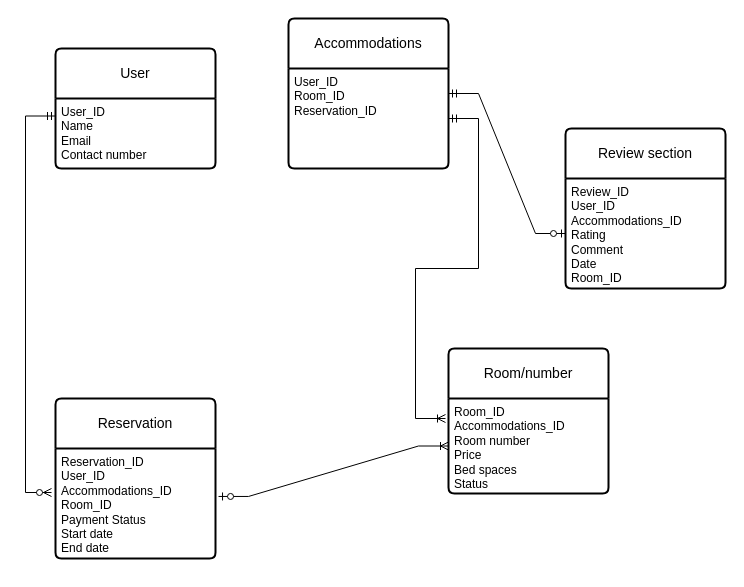
M1RVKL/MavpoLabs keeps this draw.io diagram as Crow`sFoot.drawio. Above is the earlier version. Source tidied: cells renumbered, new cells numbered last; positions are measured from the earlier drawing's top-left corner, leaving out a move shared by most shapes. Both pictures are drawn from the tidied source at 100%, with x=0, y=0 at pixel (25, 18).
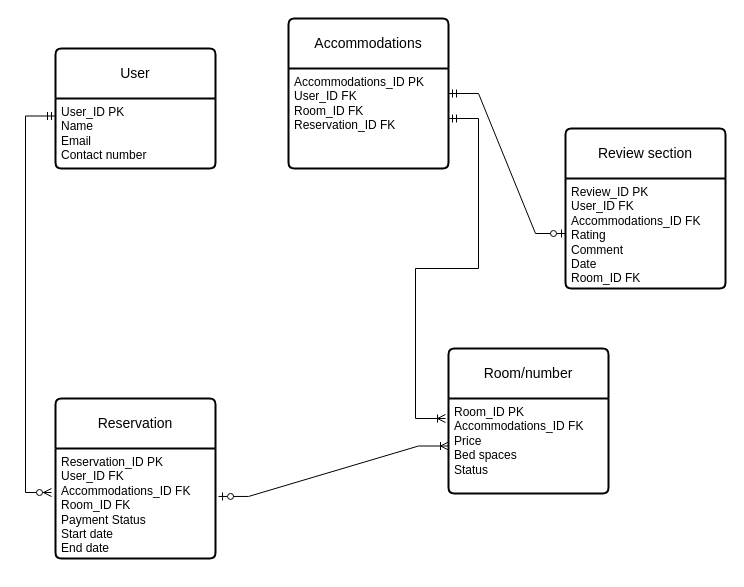
Above is the later version.

Commit message:
Crow`sFootv3(PK and FK markings).drawio

Diff of the diagram source:
```diff
@@
 <mxGraphModel>
   <root>
     <mxCell id="0" />
     <mxCell id="1" parent="0" />
     <mxCell id="2" value="Room/number" style="swimlane;horizontal=1;startSize=50;rounded=1;fontSize=14;fontStyle=0;strokeWidth=2;shadow=0;dashed=0;align=center;arcSize=4;whiteSpace=wrap;html=1;" parent="1" vertex="1">
       <mxGeometry x="423" y="330" width="160" height="145" as="geometry" />
     </mxCell>
-    <mxCell id="3" value="Room_ID&lt;br&gt;Accommodations_ID&lt;br&gt;Room number&lt;div&gt;Price&lt;/div&gt;&lt;div&gt;Bed spaces&lt;br&gt;Status&lt;/div&gt;" style="align=left;strokeColor=none;fillColor=none;spacingLeft=4;spacingRight=4;fontSize=12;verticalAlign=top;html=1;whiteSpace=wrap;" parent="2" vertex="1">
+    <mxCell id="3" value="Room_ID PK&lt;br&gt;Accommodations_ID FK&lt;br&gt;&lt;div&gt;Price&lt;/div&gt;&lt;div&gt;Bed spaces&lt;br&gt;Status&lt;/div&gt;" style="align=left;strokeColor=none;fillColor=none;spacingLeft=4;spacingRight=4;fontSize=12;verticalAlign=top;html=1;whiteSpace=wrap;" parent="2" vertex="1">
       <mxGeometry y="50" width="160" height="95" as="geometry" />
     </mxCell>
     <mxCell id="4" value="Accommodations" style="swimlane;horizontal=1;startSize=50;rounded=1;fontSize=14;fontStyle=0;strokeWidth=2;shadow=0;dashed=0;align=center;arcSize=4;whiteSpace=wrap;html=1;" parent="1" vertex="1">
       <mxGeometry x="263" width="160" height="150" as="geometry" />
     </mxCell>
-    <mxCell id="5" value="User_ID&lt;br&gt;Room_ID&lt;div&gt;Reservation_ID&lt;/div&gt;" style="align=left;strokeColor=none;fillColor=none;spacingLeft=4;spacingRight=4;fontSize=12;verticalAlign=top;html=1;whiteSpace=wrap;" parent="4" vertex="1">
+    <mxCell id="5" value="Accommodations_ID PK&lt;br&gt;User_ID FK&lt;br&gt;Room_ID FK&lt;div&gt;Reservation_ID FK&lt;/div&gt;" style="align=left;strokeColor=none;fillColor=none;spacingLeft=4;spacingRight=4;fontSize=12;verticalAlign=top;html=1;whiteSpace=wrap;" parent="4" vertex="1">
       <mxGeometry y="50" width="160" height="100" as="geometry" />
     </mxCell>
     <mxCell id="6" value="User" style="swimlane;horizontal=1;startSize=50;rounded=1;fontSize=14;fontStyle=0;strokeWidth=2;shadow=0;dashed=0;align=center;arcSize=4;whiteSpace=wrap;html=1;" parent="1" vertex="1">
       <mxGeometry x="30" y="30" width="160" height="120" as="geometry" />
     </mxCell>
-    <mxCell id="7" value="User_ID&lt;div&gt;Name&lt;br&gt;Email&lt;/div&gt;&lt;div&gt;Contact number&lt;/div&gt;" style="align=left;strokeColor=none;fillColor=none;spacingLeft=4;spacingRight=4;fontSize=12;verticalAlign=top;html=1;whiteSpace=wrap;" parent="6" vertex="1">
+    <mxCell id="7" value="User_ID PK&lt;div&gt;Name&lt;br&gt;Email&lt;/div&gt;&lt;div&gt;Contact number&lt;/div&gt;" style="align=left;strokeColor=none;fillColor=none;spacingLeft=4;spacingRight=4;fontSize=12;verticalAlign=top;html=1;whiteSpace=wrap;" parent="6" vertex="1">
       <mxGeometry y="50" width="160" height="70" as="geometry" />
     </mxCell>
     <mxCell id="8" value="Review section" style="swimlane;horizontal=1;startSize=50;rounded=1;fontSize=14;fontStyle=0;strokeWidth=2;shadow=0;dashed=0;align=center;arcSize=4;whiteSpace=wrap;html=1;" parent="1" vertex="1">
       <mxGeometry x="540" y="110" width="160" height="160" as="geometry" />
     </mxCell>
-    <mxCell id="9" value="Review_ID&lt;br&gt;User_ID&lt;div&gt;Accommodations_ID&lt;br&gt;Rating&lt;br&gt;Comment&lt;br&gt;Date&lt;/div&gt;&lt;div&gt;Room_ID&lt;/div&gt;" style="align=left;strokeColor=none;fillColor=none;spacingLeft=4;spacingRight=4;fontSize=12;verticalAlign=top;html=1;whiteSpace=wrap;" parent="8" vertex="1">
+    <mxCell id="9" value="Review_ID PK&lt;br&gt;User_ID FK&lt;div&gt;Accommodations_ID FK&lt;br&gt;Rating&amp;nbsp;&lt;br&gt;Comment&lt;br&gt;Date&lt;/div&gt;&lt;div&gt;Room_ID FK&lt;/div&gt;" style="align=left;strokeColor=none;fillColor=none;spacingLeft=4;spacingRight=4;fontSize=12;verticalAlign=top;html=1;whiteSpace=wrap;" parent="8" vertex="1">
       <mxGeometry y="50" width="160" height="110" as="geometry" />
     </mxCell>
     <mxCell id="10" value="Reservation" style="swimlane;horizontal=1;startSize=50;rounded=1;fontSize=14;fontStyle=0;strokeWidth=2;shadow=0;dashed=0;align=center;arcSize=4;whiteSpace=wrap;html=1;" parent="1" vertex="1">
       <mxGeometry x="30" y="380" width="160" height="160" as="geometry" />
     </mxCell>
-    <mxCell id="11" value="Reservation_ID&lt;div&gt;User_ID&lt;div&gt;Accommodations_ID&lt;/div&gt;&lt;div&gt;Room_ID&lt;br&gt;Payment Status&lt;/div&gt;&lt;div&gt;Start date&lt;br&gt;End date&lt;/div&gt;&lt;div&gt;&lt;br&gt;&lt;/div&gt;&lt;/div&gt;" style="align=left;strokeColor=none;fillColor=none;spacingLeft=4;spacingRight=4;fontSize=12;verticalAlign=top;html=1;whiteSpace=wrap;" parent="10" vertex="1">
+    <mxCell id="11" value="Reservation_ID PK&lt;div&gt;User_ID FK&lt;div&gt;Accommodations_ID FK&lt;/div&gt;&lt;div&gt;Room_ID FK&lt;br&gt;Payment Status&lt;/div&gt;&lt;div&gt;Start date&lt;br&gt;End date&lt;/div&gt;&lt;div&gt;&lt;br&gt;&lt;/div&gt;&lt;/div&gt;" style="align=left;strokeColor=none;fillColor=none;spacingLeft=4;spacingRight=4;fontSize=12;verticalAlign=top;html=1;whiteSpace=wrap;" parent="10" vertex="1">
       <mxGeometry y="50" width="160" height="110" as="geometry" />
     </mxCell>
     <mxCell id="12" style="edgeStyle=entityRelationEdgeStyle;fontSize=12;html=1;endArrow=ERoneToMany;startArrow=ERmandOne;rounded=0;exitX=1;exitY=0.5;exitDx=0;exitDy=0;" parent="1" edge="1" source="5">
       <mxGeometry relative="1" as="geometry">
         <mxPoint x="420" y="400" as="targetPoint" />
       </mxGeometry>
     </mxCell>
     <mxCell id="13" style="edgeStyle=entityRelationEdgeStyle;fontSize=12;html=1;endArrow=ERoneToMany;startArrow=ERzeroToOne;rounded=0;exitX=1.019;exitY=0.436;exitDx=0;exitDy=0;exitPerimeter=0;" parent="1" edge="1" source="11" target="3">
       <mxGeometry relative="1" as="geometry" />
     </mxCell>
     <mxCell id="14" style="edgeStyle=orthogonalEdgeStyle;fontSize=12;html=1;endArrow=ERzeroToMany;startArrow=ERmandOne;rounded=0;entryX=-0.025;entryY=0.4;entryDx=0;entryDy=0;exitX=0;exitY=0.25;exitDx=0;exitDy=0;entryPerimeter=0;" parent="1" edge="1" source="7" target="11">
       <mxGeometry relative="1" as="geometry">
         <Array as="points">
           <mxPoint y="98" />
           <mxPoint y="474" />
         </Array>
       </mxGeometry>
     </mxCell>
     <mxCell id="15" style="edgeStyle=entityRelationEdgeStyle;fontSize=12;html=1;endArrow=ERzeroToOne;startArrow=ERmandOne;rounded=0;exitX=1;exitY=0.25;exitDx=0;exitDy=0;entryX=0;entryY=0.5;entryDx=0;entryDy=0;" parent="1" edge="1" source="5" target="9">
       <mxGeometry relative="1" as="geometry" />
     </mxCell>
   </root>
 </mxGraphModel>
```
